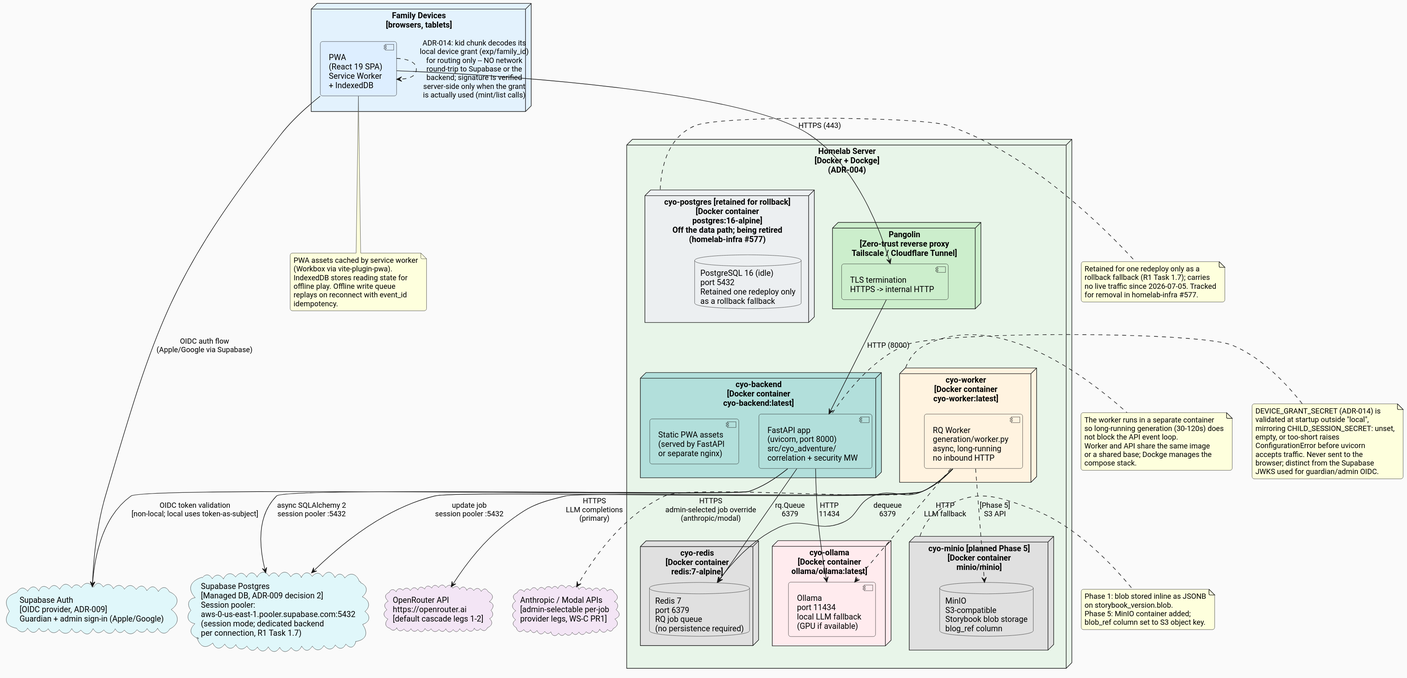
This is docs/architecture/diagrams/deployment.svg from ByronWilliamsCPA/cyo-adventure, a PlantUML export, as it was before one commit.
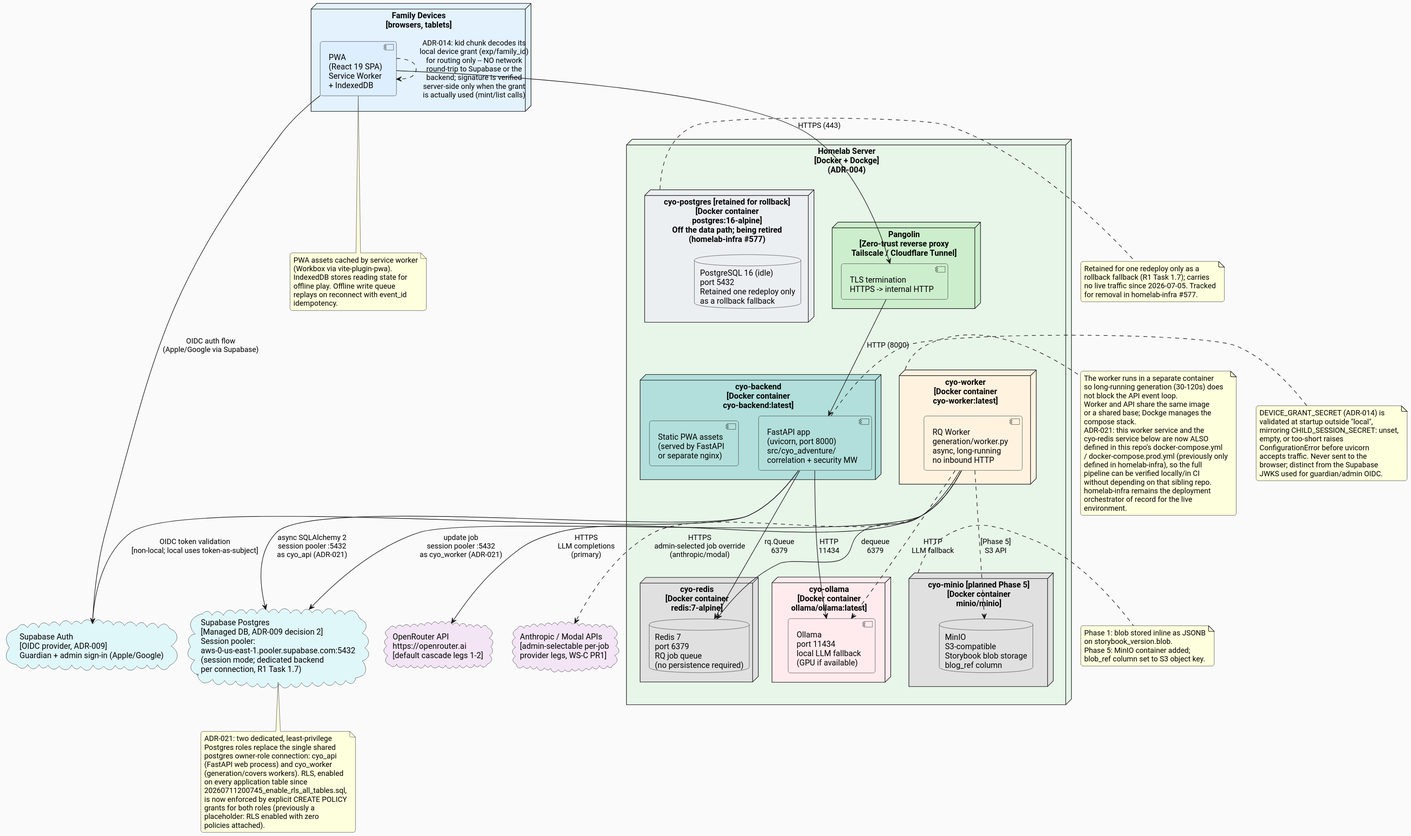
Above is the later version.

Diff of the diagram source:
```diff
@@ -48,11 +48,11 @@
 
 pwa_client --> tls : "HTTPS (443)"
 tls --> fastapi_app : "HTTP (8000)"
-fastapi_app --> supabase_pg_cloud : "async SQLAlchemy 2\nsession pooler :5432"
+fastapi_app --> supabase_pg_cloud : "async SQLAlchemy 2\nsession pooler :5432\nas cyo_api (ADR-021)"
 fastapi_app --> redis_db : "rq.Queue\n6379"
 fastapi_app --> ollama_svc : "HTTP\n11434"
 rq_worker --> redis_db : "dequeue\n6379"
-rq_worker --> supabase_pg_cloud : "update job\nsession pooler :5432"
+rq_worker --> supabase_pg_cloud : "update job\nsession pooler :5432\nas cyo_worker (ADR-021)"
 rq_worker --> openrouter_cloud : "HTTPS\nLLM completions\n(primary)"
 rq_worker ..> extra_provider_cloud : "HTTPS\nadmin-selected job override\n(anthropic/modal)"
 rq_worker ..> ollama_svc : "HTTP\nLLM fallback"
@@ -75,6 +75,30 @@
   Worker and API share the same image
   or a shared base; Dockge manages the
   compose stack.
+  ADR-021: this worker service and the
+  cyo-redis service below are now ALSO
+  defined in this repo's docker-compose.yml
+  / docker-compose.prod.yml (previously only
+  defined in homelab-infra), so the full
+  pipeline can be verified locally/in CI
+  without depending on that sibling repo.
+  homelab-infra remains the deployment
+  orchestrator of record for the live
+  environment.
+end note
+
+note bottom of supabase_pg_cloud
+  ADR-021: two dedicated, least-privilege
+  Postgres roles replace the single shared
+  postgres owner-role connection: cyo_api
+  (FastAPI web process) and cyo_worker
+  (generation/covers workers). RLS, enabled
+  on every application table since
+  20260711200745_enable_rls_all_tables.sql,
+  is now enforced by explicit CREATE POLICY
+  grants for both roles (previously a
+  placeholder: RLS enabled with zero
+  policies attached).
 end note
 
 note right of minio_container
```
